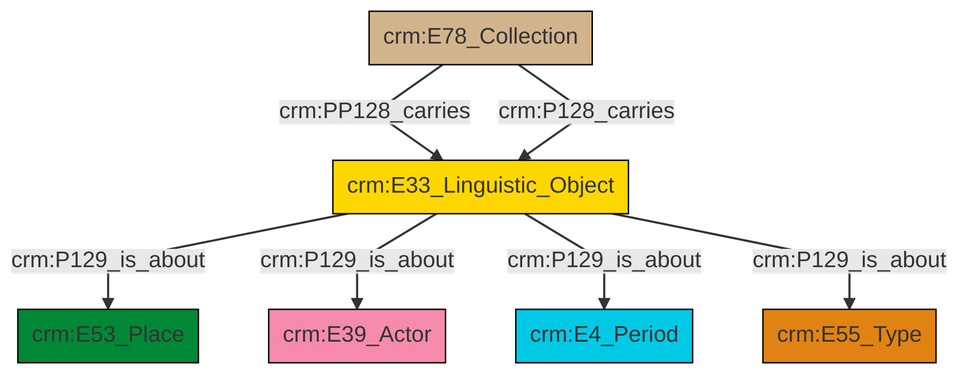
This is et/archivalCSV/ttl/mmd/png/archival_aboutness.png from swiss-art-research-net/docs.swissartresearch, a Mermaid export, as it was before one commit. Its source is kept beside it as et/archivalCSV/ttl/mmd/archival_aboutness.ttl.mmd.
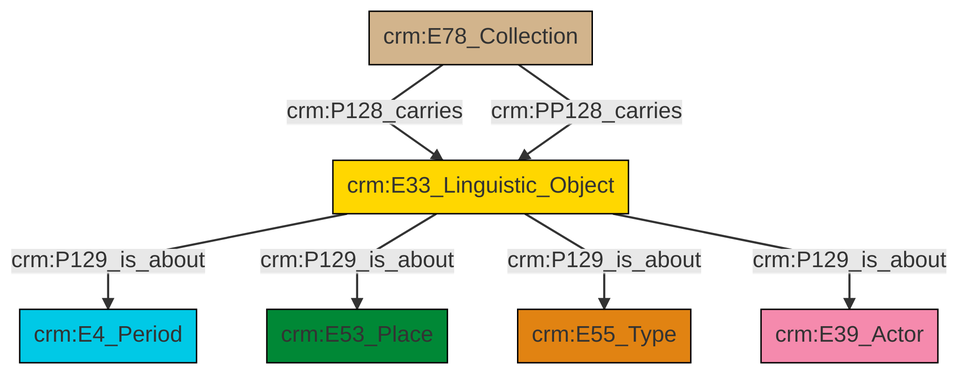
After the commit.

What changed in the source:
```diff
@@ -13,9 +13,9 @@
 classDef PC_Classes fill:#4ce600, stroke:#000000;
 classDef Multi fill:#cccccc,stroke:#000000;
 
-2["crm:E78_Collection"]:::Physical_Thing -->|crm:PP128_carries| 3["crm:E33_Linguistic_Object"]:::Conceptual_Object
-3["crm:E33_Linguistic_Object"]:::Conceptual_Object -->|crm:P129_is_about| 4["crm:E53_Place"]:::Place
-3["crm:E33_Linguistic_Object"]:::Conceptual_Object -->|crm:P129_is_about| 0["crm:E39_Actor"]:::Actor
-3["crm:E33_Linguistic_Object"]:::Conceptual_Object -->|crm:P129_is_about| 9["crm:E4_Period"]:::Temporal_Entity
-2["crm:E78_Collection"]:::Physical_Thing -->|crm:P128_carries| 3["crm:E33_Linguistic_Object"]:::Conceptual_Object
-3["crm:E33_Linguistic_Object"]:::Conceptual_Object -->|crm:P129_is_about| 5["crm:E55_Type"]:::Type
+0["crm:E33_Linguistic_Object"]:::Conceptual_Object -->|crm:P129_is_about| 1["crm:E4_Period"]:::Temporal_Entity
+4["crm:E78_Collection"]:::Physical_Thing -->|crm:P128_carries| 0["crm:E33_Linguistic_Object"]:::Conceptual_Object
+0["crm:E33_Linguistic_Object"]:::Conceptual_Object -->|crm:P129_is_about| 5["crm:E53_Place"]:::Place
+4["crm:E78_Collection"]:::Physical_Thing -->|crm:PP128_carries| 0["crm:E33_Linguistic_Object"]:::Conceptual_Object
+0["crm:E33_Linguistic_Object"]:::Conceptual_Object -->|crm:P129_is_about| 8["crm:E55_Type"]:::Type
+0["crm:E33_Linguistic_Object"]:::Conceptual_Object -->|crm:P129_is_about| 2["crm:E39_Actor"]:::Actor
```
